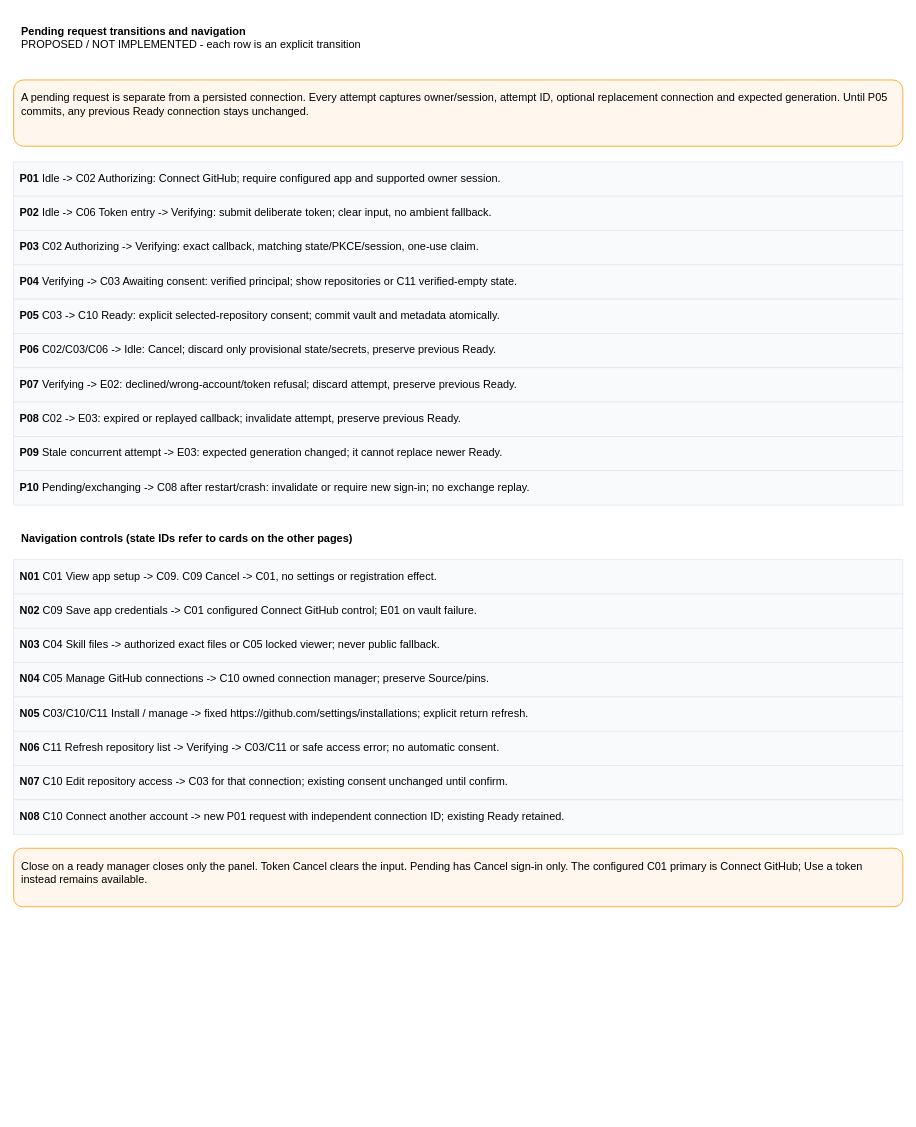
Above: page "Pending attempt and cross-page navigation" (5 of 8) of projects/laomedo/subsystems/agent-execution/design/github-account-connections.drawio in amadou-6e/specs (draw.io), before the change. Source tidied: cells renumbered, new cells numbered last; positions are measured from the earlier drawing's top-left corner, leaving out a move shared by most shapes. Both pictures are drawn from the tidied source at 78%, with x=0, y=0 at pixel (13, 13).
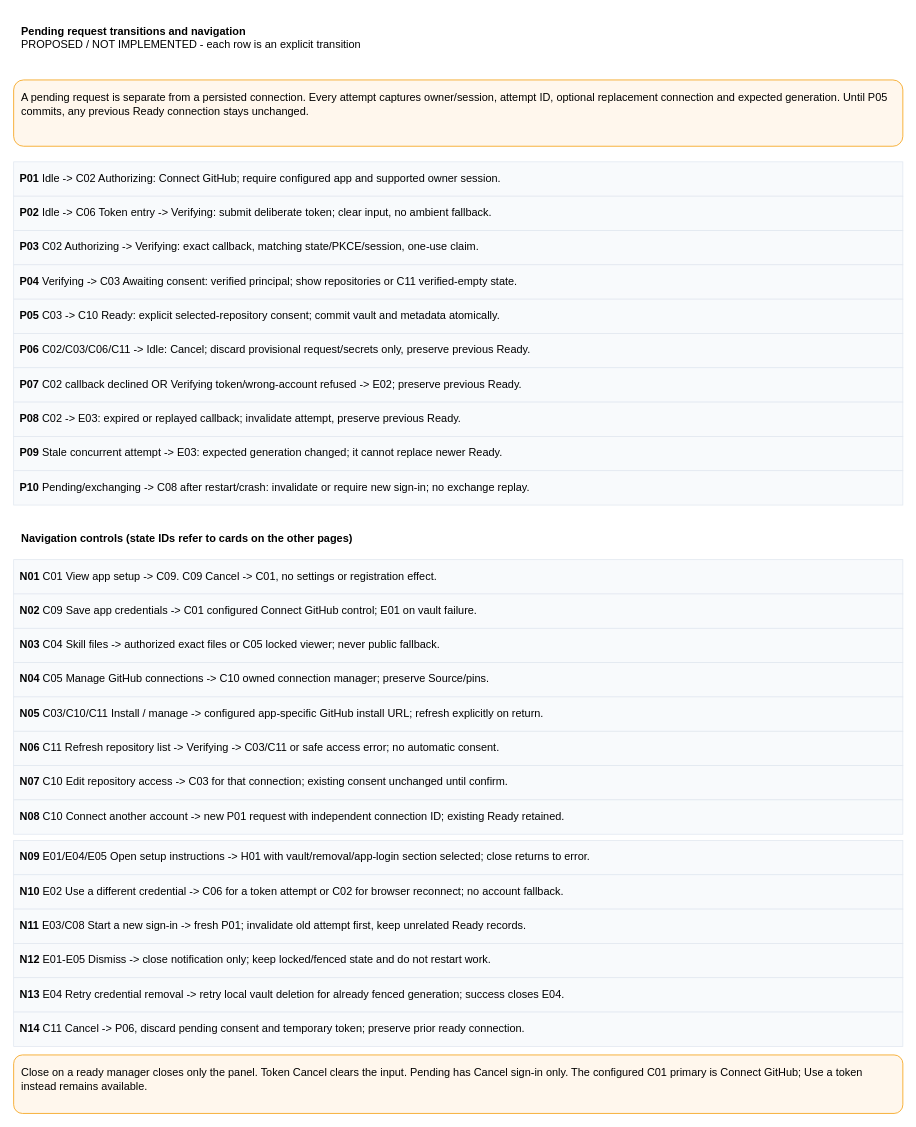
After the change.

Commit message (it also covers changes not shown here):
docs: complete private GitHub connection recovery design

Change to the diagram source:
```diff
@@
-    <mxCell id="9" value="&lt;b&gt;P06&lt;/b&gt;  C02/C03/C06 -&gt; Idle: Cancel; discard only provisional state/secrets, preserve previous Ready." style="whiteSpace=wrap;html=1;fontFamily=Arial;fontSize=14;align=left;verticalAlign=top;spacing=10;rounded=0;fillColor=#F8FAFC;strokeColor=#E2E8F0;spacing=8;" parent="1" vertex="1">
+    <mxCell id="9" value="&lt;b&gt;P06&lt;/b&gt;  C02/C03/C06/C11 -&gt; Idle: Cancel; discard provisional request/secrets only, preserve previous Ready." style="whiteSpace=wrap;html=1;fontFamily=Arial;fontSize=14;align=left;verticalAlign=top;spacing=10;rounded=0;fillColor=#F8FAFC;strokeColor=#E2E8F0;spacing=8;" parent="1" vertex="1">
       <mxGeometry y="410" width="1140" height="44" as="geometry" />
     </mxCell>
-    <mxCell id="10" value="&lt;b&gt;P07&lt;/b&gt;  Verifying -&gt; E02: declined/wrong-account/token refusal; discard attempt, preserve previous Ready." style="whiteSpace=wrap;html=1;fontFamily=Arial;fontSize=14;align=left;verticalAlign=top;spacing=10;rounded=0;fillColor=#F8FAFC;strokeColor=#E2E8F0;spacing=8;" parent="1" vertex="1">
+    <mxCell id="10" value="&lt;b&gt;P07&lt;/b&gt;  C02 callback declined OR Verifying token/wrong-account refused -&gt; E02; preserve previous Ready." style="whiteSpace=wrap;html=1;fontFamily=Arial;fontSize=14;align=left;verticalAlign=top;spacing=10;rounded=0;fillColor=#F8FAFC;strokeColor=#E2E8F0;spacing=8;" parent="1" vertex="1">
       <mxGeometry y="454" width="1140" height="44" as="geometry" />
     </mxCell>
@@
-    <mxCell id="19" value="&lt;b&gt;N05&lt;/b&gt;  C03/C10/C11 Install / manage -&gt; fixed https://github.com/settings/installations; explicit return refresh." style="whiteSpace=wrap;html=1;fontFamily=Arial;fontSize=14;align=left;verticalAlign=top;spacing=10;rounded=0;fillColor=#F8FAFC;strokeColor=#E2E8F0;spacing=8;" parent="1" vertex="1">
+    <mxCell id="19" value="&lt;b&gt;N05&lt;/b&gt;  C03/C10/C11 Install / manage -&gt; configured app-specific GitHub install URL; refresh explicitly on return." style="whiteSpace=wrap;html=1;fontFamily=Arial;fontSize=14;align=left;verticalAlign=top;spacing=10;rounded=0;fillColor=#F8FAFC;strokeColor=#E2E8F0;spacing=8;" parent="1" vertex="1">
       <mxGeometry y="876" width="1140" height="44" as="geometry" />
     </mxCell>
@@
     <mxCell id="23" value="Close on a ready manager closes only the panel. Token Cancel clears the input. Pending has Cancel sign-in only. The configured C01 primary is Connect GitHub; Use a token instead remains available." style="whiteSpace=wrap;html=1;fontFamily=Arial;fontSize=14;align=left;verticalAlign=top;spacing=10;rounded=1;fillColor=#FFF7ED;strokeColor=#F59E0B;" parent="1" vertex="1">
-      <mxGeometry y="1070" width="1140" height="75" as="geometry" />
+      <mxGeometry y="1335" width="1140" height="75" as="geometry" />
     </mxCell>
+    <mxCell id="24" value="&lt;b&gt;N09&lt;/b&gt;  E01/E04/E05 Open setup instructions -&gt; H01 with vault/removal/app-login section selected; close returns to error." style="rounded=0;whiteSpace=wrap;html=1;fontFamily=Arial;fontSize=14;align=left;verticalAlign=top;spacing=8;fillColor=#F8FAFC;strokeColor=#E2E8F0;" parent="1" vertex="1">
+      <mxGeometry y="1060" width="1140" height="44" as="geometry" />
+    </mxCell>
+    <mxCell id="25" value="&lt;b&gt;N10&lt;/b&gt;  E02 Use a different credential -&gt; C06 for a token attempt or C02 for browser reconnect; no account fallback." style="rounded=0;whiteSpace=wrap;html=1;fontFamily=Arial;fontSize=14;align=left;verticalAlign=top;spacing=8;fillColor=#F8FAFC;strokeColor=#E2E8F0;" parent="1" vertex="1">
+      <mxGeometry y="1104" width="1140" height="44" as="geometry" />
+    </mxCell>
+    <mxCell id="26" value="&lt;b&gt;N11&lt;/b&gt;  E03/C08 Start a new sign-in -&gt; fresh P01; invalidate old attempt first, keep unrelated Ready records." style="rounded=0;whiteSpace=wrap;html=1;fontFamily=Arial;fontSize=14;align=left;verticalAlign=top;spacing=8;fillColor=#F8FAFC;strokeColor=#E2E8F0;" parent="1" vertex="1">
+      <mxGeometry y="1148" width="1140" height="44" as="geometry" />
+    </mxCell>
+    <mxCell id="27" value="&lt;b&gt;N12&lt;/b&gt;  E01-E05 Dismiss -&gt; close notification only; keep locked/fenced state and do not restart work." style="rounded=0;whiteSpace=wrap;html=1;fontFamily=Arial;fontSize=14;align=left;verticalAlign=top;spacing=8;fillColor=#F8FAFC;strokeColor=#E2E8F0;" parent="1" vertex="1">
+      <mxGeometry y="1192" width="1140" height="44" as="geometry" />
+    </mxCell>
+    <mxCell id="28" value="&lt;b&gt;N13&lt;/b&gt;  E04 Retry credential removal -&gt; retry local vault deletion for already fenced generation; success closes E04." style="rounded=0;whiteSpace=wrap;html=1;fontFamily=Arial;fontSize=14;align=left;verticalAlign=top;spacing=8;fillColor=#F8FAFC;strokeColor=#E2E8F0;" parent="1" vertex="1">
+      <mxGeometry y="1236" width="1140" height="44" as="geometry" />
+    </mxCell>
+    <mxCell id="29" value="&lt;b&gt;N14&lt;/b&gt;  C11 Cancel -&gt; P06, discard pending consent and temporary token; preserve prior ready connection." style="rounded=0;whiteSpace=wrap;html=1;fontFamily=Arial;fontSize=14;align=left;verticalAlign=top;spacing=8;fillColor=#F8FAFC;strokeColor=#E2E8F0;" parent="1" vertex="1">
+      <mxGeometry y="1280" width="1140" height="44" as="geometry" />
+    </mxCell>
```
